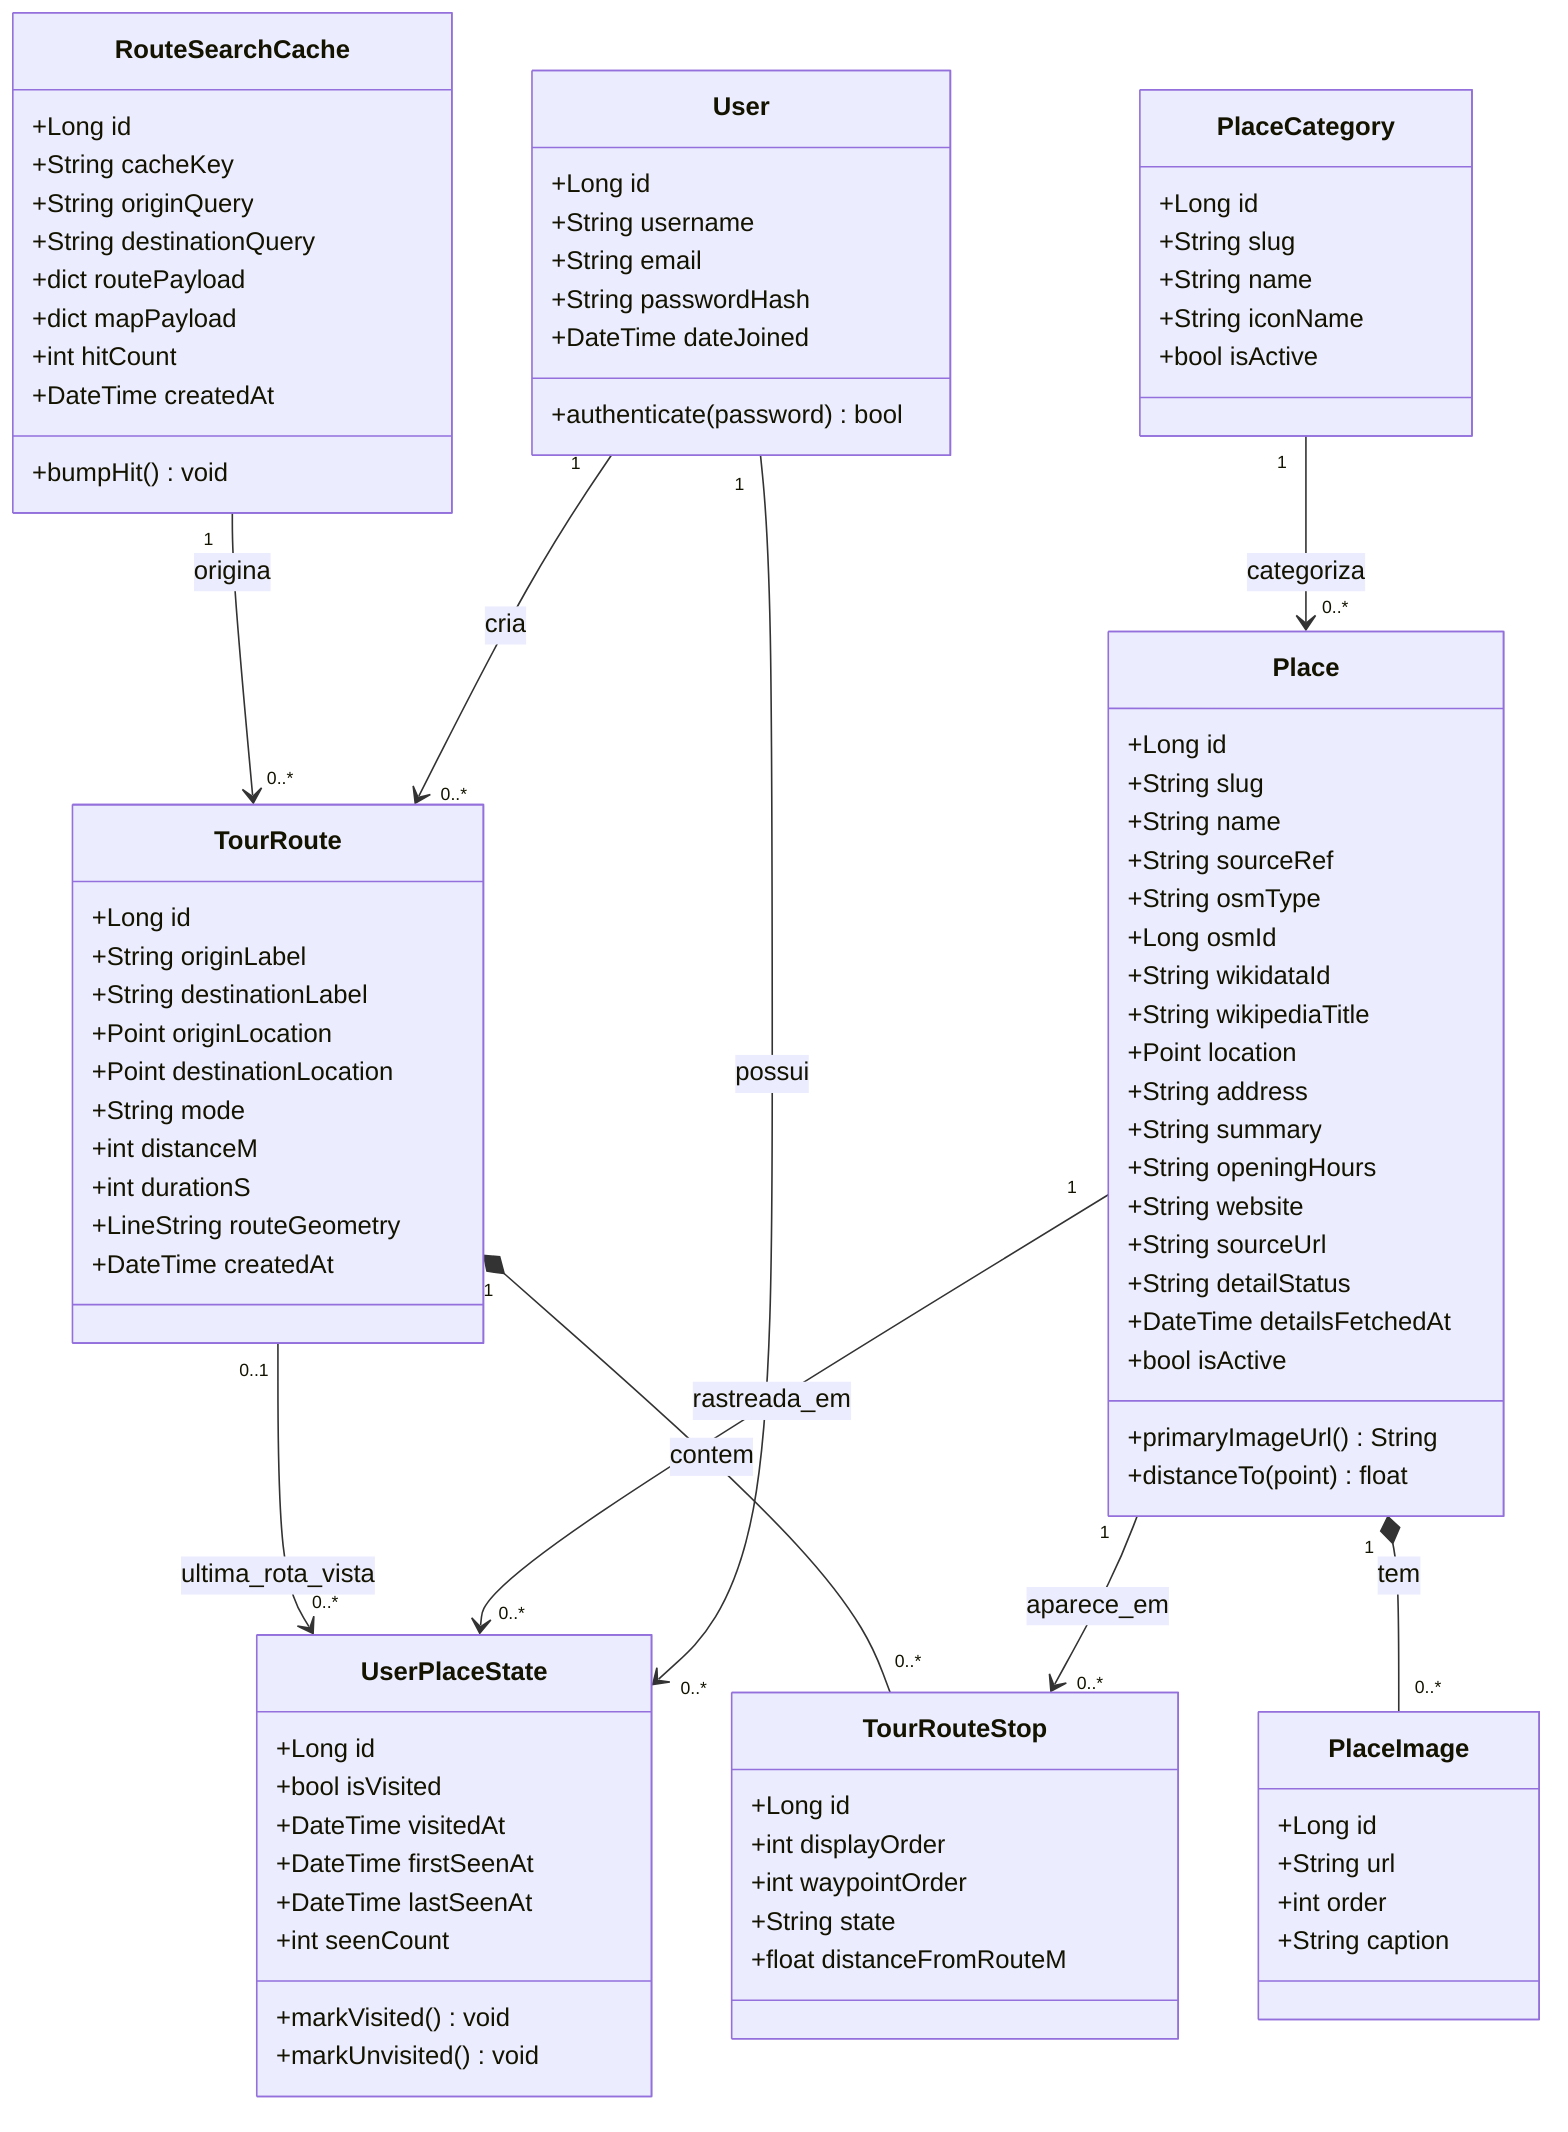
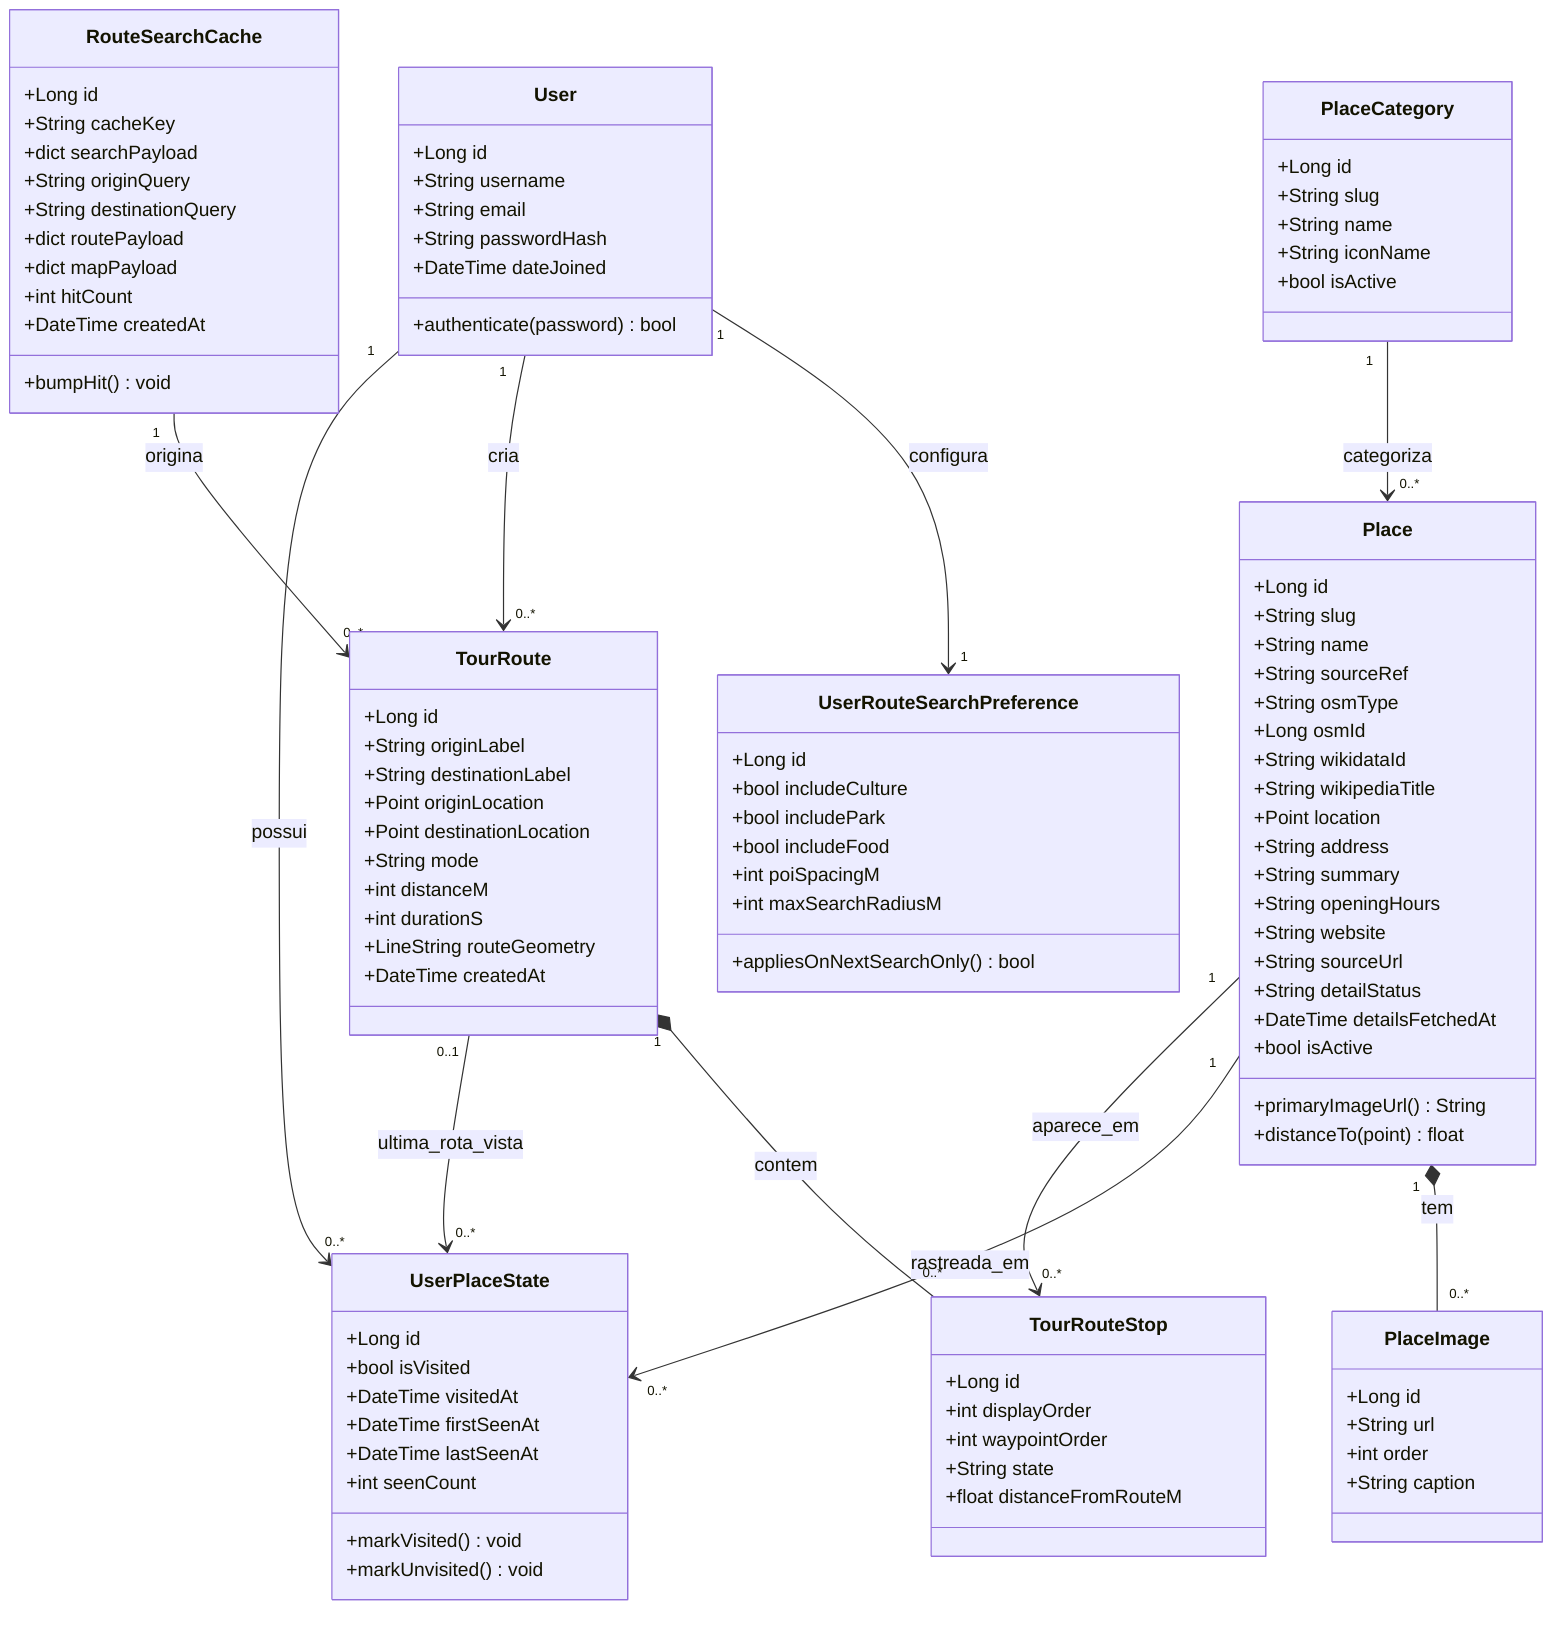
classDiagram
    class User {
        +Long id
        +String username
        +String email
        +String passwordHash
        +DateTime dateJoined
        +authenticate(password) bool
+     }
+ 
+     class UserRouteSearchPreference {
+         +Long id
+         +bool includeCulture
+         +bool includePark
+         +bool includeFood
+         +int poiSpacingM
+         +int maxSearchRadiusM
+         +appliesOnNextSearchOnly() bool
    }

    class PlaceCategory {
        +Long id
        +String slug
        +String name
        +String iconName
        +bool isActive
    }

    class Place {
        +Long id
        +String slug
        +String name
        +String sourceRef
        +String osmType
        +Long osmId
        +String wikidataId
        +String wikipediaTitle
        +Point location
        +String address
        +String summary
        +String openingHours
        +String website
        +String sourceUrl
        +String detailStatus
        +DateTime detailsFetchedAt
        +bool isActive
        +primaryImageUrl() String
        +distanceTo(point) float
    }

    class PlaceImage {
        +Long id
        +String url
        +int order
        +String caption
    }

    class UserPlaceState {
        +Long id
        +bool isVisited
        +DateTime visitedAt
        +DateTime firstSeenAt
        +DateTime lastSeenAt
        +int seenCount
        +markVisited() void
        +markUnvisited() void
    }

    class RouteSearchCache {
        +Long id
        +String cacheKey
+         +dict searchPayload
        +String originQuery
        +String destinationQuery
        +dict routePayload
        +dict mapPayload
        +int hitCount
        +DateTime createdAt
        +bumpHit() void
    }

    class TourRoute {
        +Long id
        +String originLabel
        +String destinationLabel
        +Point originLocation
        +Point destinationLocation
        +String mode
        +int distanceM
        +int durationS
        +LineString routeGeometry
        +DateTime createdAt
    }

    class TourRouteStop {
        +Long id
        +int displayOrder
        +int waypointOrder
        +String state
        +float distanceFromRouteM
    }

+     User "1" --> "1" UserRouteSearchPreference : configura
    User "1" --> "0..*" TourRoute : cria
    User "1" --> "0..*" UserPlaceState : possui
    PlaceCategory "1" --> "0..*" Place : categoriza
    Place "1" *-- "0..*" PlaceImage : tem
    Place "1" --> "0..*" UserPlaceState : rastreada_em
    Place "1" --> "0..*" TourRouteStop : aparece_em
    RouteSearchCache "1" --> "0..*" TourRoute : origina
    TourRoute "1" *-- "0..*" TourRouteStop : contem
    TourRoute "0..1" --> "0..*" UserPlaceState : ultima_rota_vista
